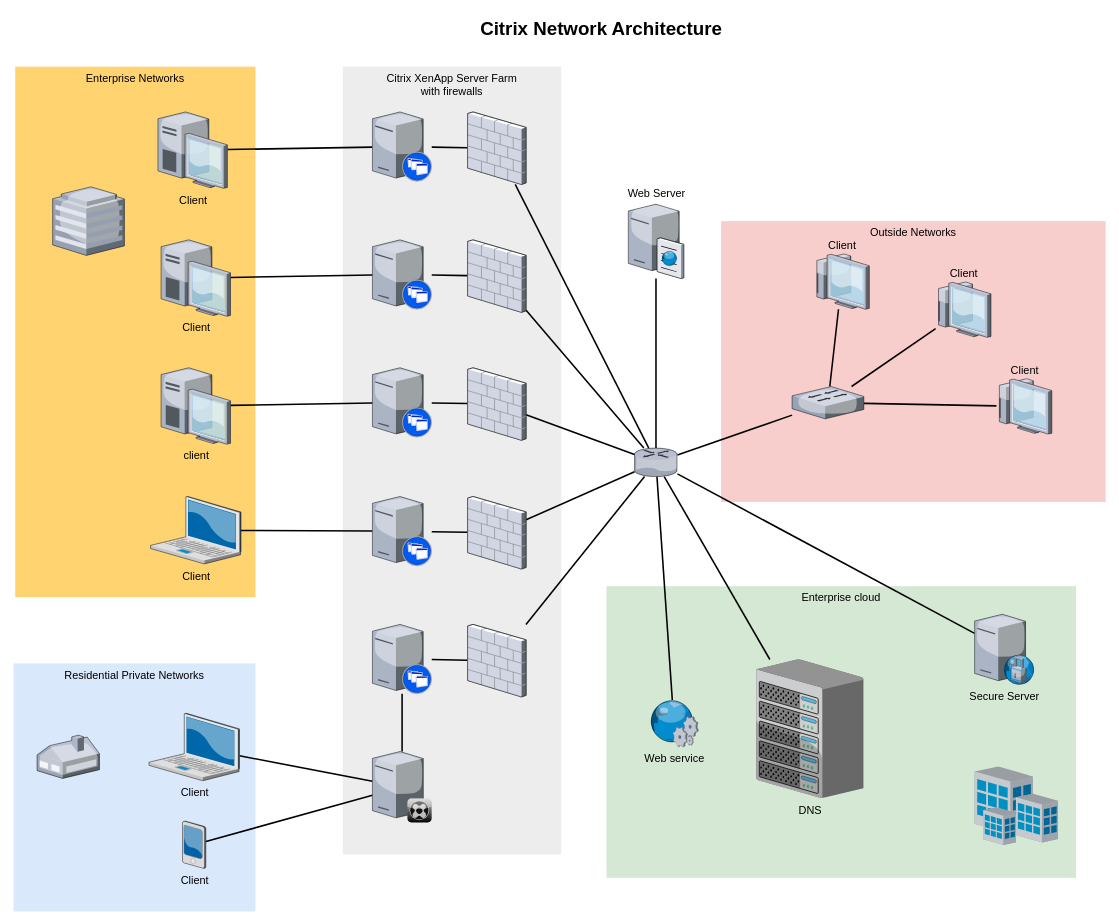
Earlier version of the draw.io diagram Untitled Diagram.drawio (valera-grom/1058065-sedona-27). Source tidied: cells renumbered, new cells numbered last; positions are measured from the earlier drawing's top-left corner, leaving out a move shared by most shapes. Both pictures are drawn from the tidied source at 78%, with x=0, y=0 at pixel (13, 13).
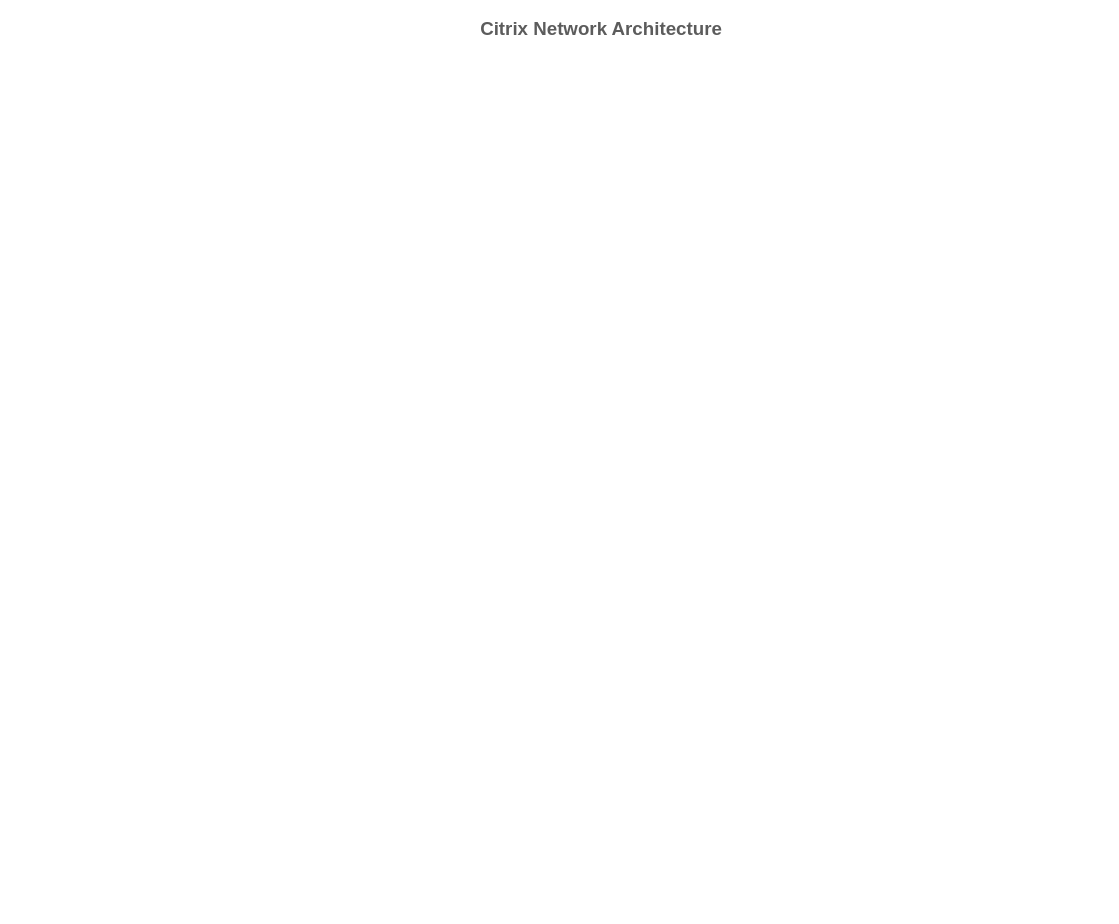
The same diagram, later.

The edit, as a diff of the source:
```diff
@@
-    <mxCell id="2" value="Outside Networks" style="whiteSpace=wrap;html=1;fillColor=#f8cecc;fontSize=14;strokeColor=none;verticalAlign=top;" parent="1" vertex="1">
-      <mxGeometry x="907" y="266" width="493" height="360" as="geometry" />
-    </mxCell>
-    <mxCell id="3" value="Enterprise cloud" style="whiteSpace=wrap;html=1;fillColor=#d5e8d4;fontSize=14;strokeColor=none;verticalAlign=top;" parent="1" vertex="1">
-      <mxGeometry x="760" y="734" width="602" height="374" as="geometry" />
-    </mxCell>
-    <mxCell id="4" value="Citrix XenApp Server Farm&lt;div&gt;with firewalls&lt;/div&gt;" style="whiteSpace=wrap;html=1;fillColor=#EDEDED;fontSize=14;strokeColor=none;verticalAlign=top;" parent="1" vertex="1">
-      <mxGeometry x="422" y="68" width="280" height="1010" as="geometry" />
-    </mxCell>
-    <mxCell id="5" value="Residential Private Networks" style="whiteSpace=wrap;html=1;fillColor=#dae8fc;fontSize=14;strokeColor=none;verticalAlign=top;" parent="1" vertex="1">
-      <mxGeometry y="833" width="310" height="318" as="geometry" />
-    </mxCell>
-    <mxCell id="6" value="Enterprise Networks" style="whiteSpace=wrap;html=1;fillColor=#FFD470;gradientColor=none;fontSize=14;strokeColor=none;verticalAlign=top;" parent="1" vertex="1">
-      <mxGeometry x="2" y="68" width="308" height="680" as="geometry" />
-    </mxCell>
-    <mxCell id="7" style="edgeStyle=none;rounded=0;html=1;startSize=10;endSize=10;jettySize=auto;fontSize=14;endArrow=none;endFill=0;strokeWidth=2;" parent="1" edge="1" source="8" target="35">
-      <mxGeometry relative="1" as="geometry" />
-    </mxCell>
-    <mxCell id="8" value="Client" style="verticalLabelPosition=bottom;html=1;verticalAlign=top;strokeColor=none;shape=mxgraph.citrix.laptop_2;fillColor=#66B2FF;gradientColor=#0066CC;fontSize=14;" parent="1" vertex="1">
-      <mxGeometry x="173.5" y="897" width="116" height="86.5" as="geometry" />
-    </mxCell>
-    <mxCell id="9" style="edgeStyle=none;rounded=0;html=1;startSize=10;endSize=10;jettySize=auto;fontSize=14;endArrow=none;endFill=0;strokeWidth=2;" parent="1" edge="1" source="10" target="22">
-      <mxGeometry relative="1" as="geometry" />
-    </mxCell>
-    <mxCell id="10" value="Client" style="verticalLabelPosition=bottom;html=1;verticalAlign=top;strokeColor=none;shape=mxgraph.citrix.laptop_2;fillColor=#66B2FF;gradientColor=#0066CC;fontSize=14;" parent="1" vertex="1">
-      <mxGeometry x="175.5" y="619" width="116" height="86.5" as="geometry" />
-    </mxCell>
-    <mxCell id="11" style="edgeStyle=none;rounded=0;html=1;startSize=10;endSize=10;jettySize=auto;fontSize=14;endArrow=none;endFill=0;strokeWidth=2;" parent="1" edge="1" source="12" target="24">
-      <mxGeometry relative="1" as="geometry" />
-    </mxCell>
-    <mxCell id="12" value="client" style="verticalLabelPosition=bottom;html=1;verticalAlign=top;strokeColor=none;shape=mxgraph.citrix.desktop;fillColor=#66B2FF;gradientColor=#0066CC;fontSize=14;" parent="1" vertex="1">
-      <mxGeometry x="189" y="454" width="89" height="98" as="geometry" />
-    </mxCell>
-    <mxCell id="13" style="edgeStyle=none;rounded=0;html=1;startSize=10;endSize=10;jettySize=auto;fontSize=14;endArrow=none;endFill=0;strokeWidth=2;" parent="1" edge="1" source="14" target="26">
-      <mxGeometry relative="1" as="geometry" />
-    </mxCell>
-    <mxCell id="14" value="Client" style="verticalLabelPosition=bottom;html=1;verticalAlign=top;strokeColor=none;shape=mxgraph.citrix.desktop;fillColor=#66B2FF;gradientColor=#0066CC;fontSize=14;" parent="1" vertex="1">
-      <mxGeometry x="189" y="290" width="89" height="98" as="geometry" />
-    </mxCell>
-    <mxCell id="15" style="edgeStyle=none;rounded=0;html=1;startSize=10;endSize=10;jettySize=auto;fontSize=14;endArrow=none;endFill=0;strokeWidth=2;" parent="1" edge="1" source="16" target="28">
-      <mxGeometry relative="1" as="geometry" />
-    </mxCell>
-    <mxCell id="16" value="Client" style="verticalLabelPosition=bottom;html=1;verticalAlign=top;strokeColor=none;shape=mxgraph.citrix.desktop;fillColor=#66B2FF;gradientColor=#0066CC;fontSize=14;" parent="1" vertex="1">
-      <mxGeometry x="185" y="126" width="89" height="98" as="geometry" />
-    </mxCell>
-    <mxCell id="17" style="edgeStyle=none;rounded=0;html=1;startSize=10;endSize=10;jettySize=auto;fontSize=14;endArrow=none;endFill=0;strokeWidth=2;" parent="1" edge="1" source="18" target="35">
-      <mxGeometry relative="1" as="geometry" />
-    </mxCell>
-    <mxCell id="18" value="Client" style="verticalLabelPosition=bottom;html=1;verticalAlign=top;strokeColor=none;shape=mxgraph.citrix.pda;fillColor=#66B2FF;gradientColor=#0066CC;fontSize=14;" parent="1" vertex="1">
-      <mxGeometry x="216.5" y="1035" width="30" height="61" as="geometry" />
-    </mxCell>
-    <mxCell id="19" style="edgeStyle=none;rounded=0;html=1;startSize=10;endSize=10;jettySize=auto;fontSize=14;endArrow=none;endFill=0;strokeWidth=2;" parent="1" edge="1" source="20" target="47">
-      <mxGeometry relative="1" as="geometry" />
-    </mxCell>
-    <mxCell id="20" style="verticalLabelPosition=bottom;html=1;verticalAlign=top;strokeColor=none;shape=mxgraph.citrix.xenapp_server;fillColor=#66B2FF;gradientColor=#0066CC;fontSize=14;" parent="1" vertex="1">
-      <mxGeometry x="460" y="783" width="76" height="89" as="geometry" />
-    </mxCell>
-    <mxCell id="21" style="edgeStyle=none;rounded=0;html=1;startSize=10;endSize=10;jettySize=auto;fontSize=14;endArrow=none;endFill=0;strokeWidth=2;" parent="1" edge="1" source="22" target="45">
-      <mxGeometry relative="1" as="geometry" />
-    </mxCell>
-    <mxCell id="22" style="verticalLabelPosition=bottom;html=1;verticalAlign=top;strokeColor=none;shape=mxgraph.citrix.xenapp_server;fillColor=#66B2FF;gradientColor=#0066CC;fontSize=14;" parent="1" vertex="1">
-      <mxGeometry x="460" y="619" width="76" height="89" as="geometry" />
-    </mxCell>
-    <mxCell id="23" style="edgeStyle=none;rounded=0;html=1;startSize=10;endSize=10;jettySize=auto;fontSize=14;endArrow=none;endFill=0;strokeWidth=2;" parent="1" edge="1" source="24" target="43">
-      <mxGeometry relative="1" as="geometry" />
-    </mxCell>
-    <mxCell id="24" style="verticalLabelPosition=bottom;html=1;verticalAlign=top;strokeColor=none;shape=mxgraph.citrix.xenapp_server;fillColor=#66B2FF;gradientColor=#0066CC;fontSize=14;" parent="1" vertex="1">
-      <mxGeometry x="460" y="454" width="76" height="89" as="geometry" />
-    </mxCell>
-    <mxCell id="25" style="edgeStyle=none;rounded=0;html=1;startSize=10;endSize=10;jettySize=auto;fontSize=14;endArrow=none;endFill=0;strokeWidth=2;" parent="1" edge="1" source="26" target="41">
-      <mxGeometry relative="1" as="geometry" />
-    </mxCell>
-    <mxCell id="26" style="verticalLabelPosition=bottom;html=1;verticalAlign=top;strokeColor=none;shape=mxgraph.citrix.xenapp_server;fillColor=#66B2FF;gradientColor=#0066CC;fontSize=14;" parent="1" vertex="1">
-      <mxGeometry x="460" y="290" width="76" height="89" as="geometry" />
-    </mxCell>
-    <mxCell id="27" style="edgeStyle=none;rounded=0;html=1;startSize=10;endSize=10;jettySize=auto;fontSize=14;endArrow=none;endFill=0;strokeWidth=2;" parent="1" edge="1" source="28" target="39">
-      <mxGeometry relative="1" as="geometry" />
-    </mxCell>
-    <mxCell id="28" style="verticalLabelPosition=bottom;html=1;verticalAlign=top;strokeColor=none;shape=mxgraph.citrix.xenapp_server;fillColor=#66B2FF;gradientColor=#0066CC;fontSize=14;" parent="1" vertex="1">
-      <mxGeometry x="460" y="126" width="76" height="89" as="geometry" />
-    </mxCell>
-    <mxCell id="29" style="edgeStyle=none;rounded=0;html=1;startSize=10;endSize=10;jettySize=auto;fontSize=14;endArrow=none;endFill=0;strokeWidth=2;" parent="1" edge="1" source="33" target="37">
-      <mxGeometry relative="1" as="geometry" />
-    </mxCell>
-    <mxCell id="30" style="edgeStyle=none;rounded=0;html=1;startSize=10;endSize=10;jettySize=auto;fontSize=14;endArrow=none;endFill=0;strokeWidth=2;" parent="1" edge="1" source="33" target="36">
-      <mxGeometry relative="1" as="geometry" />
-    </mxCell>
-    <mxCell id="31" style="edgeStyle=none;rounded=0;html=1;startSize=10;endSize=10;jettySize=auto;fontSize=14;endArrow=none;endFill=0;strokeWidth=2;" parent="1" edge="1" source="33" target="54">
-      <mxGeometry relative="1" as="geometry" />
-    </mxCell>
-    <mxCell id="32" style="edgeStyle=none;rounded=0;html=1;startSize=10;endSize=10;jettySize=auto;fontSize=14;endArrow=none;endFill=0;strokeWidth=2;" parent="1" edge="1" source="33" target="50">
-      <mxGeometry relative="1" as="geometry" />
-    </mxCell>
-    <mxCell id="33" style="verticalLabelPosition=bottom;html=1;verticalAlign=top;strokeColor=none;shape=mxgraph.citrix.router;fillColor=#66B2FF;gradientColor=#0066CC;fontSize=14;" parent="1" vertex="1">
-      <mxGeometry x="796" y="557" width="55" height="36.5" as="geometry" />
-    </mxCell>
-    <mxCell id="34" style="edgeStyle=none;rounded=0;html=1;startSize=10;endSize=10;jettySize=auto;fontSize=14;endArrow=none;endFill=0;strokeWidth=2;" parent="1" edge="1" source="35" target="20">
-      <mxGeometry relative="1" as="geometry" />
-    </mxCell>
-    <mxCell id="35" style="verticalLabelPosition=bottom;html=1;verticalAlign=top;strokeColor=none;shape=mxgraph.citrix.xenclient_synchronizer;fillColor=#CCCCCC;gradientColor=#000000;gradientDirection=south;fontSize=14;" parent="1" vertex="1">
-      <mxGeometry x="460" y="946" width="76" height="91" as="geometry" />
-    </mxCell>
-    <mxCell id="36" value="Web Server" style="verticalLabelPosition=top;html=1;verticalAlign=bottom;strokeColor=none;shape=mxgraph.citrix.cache_server;fillColor=#66B2FF;gradientColor=#0066CC;fontSize=14;labelPosition=center;align=center;" parent="1" vertex="1">
-      <mxGeometry x="788" y="242" width="71" height="97.5" as="geometry" />
-    </mxCell>
-    <mxCell id="37" value="DNS" style="verticalLabelPosition=bottom;html=1;verticalAlign=top;strokeColor=none;shape=mxgraph.citrix.chassis;fillColor=#66B2FF;gradientColor=#0066CC;fontSize=14;" parent="1" vertex="1">
-      <mxGeometry x="952" y="828" width="137.5" height="177.5" as="geometry" />
-    </mxCell>
-    <mxCell id="38" style="edgeStyle=none;rounded=0;html=1;startSize=10;endSize=10;jettySize=auto;fontSize=14;endArrow=none;endFill=0;strokeWidth=2;" parent="1" edge="1" source="39" target="33">
-      <mxGeometry relative="1" as="geometry" />
-    </mxCell>
-    <mxCell id="39" style="verticalLabelPosition=bottom;html=1;verticalAlign=top;strokeColor=none;shape=mxgraph.citrix.firewall;fillColor=#66B2FF;gradientColor=#0066CC;fontSize=14;" parent="1" vertex="1">
-      <mxGeometry x="582" y="126" width="75" height="93" as="geometry" />
-    </mxCell>
-    <mxCell id="40" style="edgeStyle=none;rounded=0;html=1;startSize=10;endSize=10;jettySize=auto;fontSize=14;endArrow=none;endFill=0;strokeWidth=2;" parent="1" edge="1" source="41" target="33">
-      <mxGeometry relative="1" as="geometry" />
-    </mxCell>
-    <mxCell id="41" style="verticalLabelPosition=bottom;html=1;verticalAlign=top;strokeColor=none;shape=mxgraph.citrix.firewall;fillColor=#66B2FF;gradientColor=#0066CC;fontSize=14;" parent="1" vertex="1">
-      <mxGeometry x="582" y="290" width="75" height="93" as="geometry" />
-    </mxCell>
-    <mxCell id="42" style="edgeStyle=none;rounded=0;html=1;startSize=10;endSize=10;jettySize=auto;fontSize=14;endArrow=none;endFill=0;strokeWidth=2;" parent="1" edge="1" source="43" target="33">
-      <mxGeometry relative="1" as="geometry" />
-    </mxCell>
-    <mxCell id="43" style="verticalLabelPosition=bottom;html=1;verticalAlign=top;strokeColor=none;shape=mxgraph.citrix.firewall;fillColor=#66B2FF;gradientColor=#0066CC;fontSize=14;" parent="1" vertex="1">
-      <mxGeometry x="582" y="454" width="75" height="93" as="geometry" />
-    </mxCell>
-    <mxCell id="44" style="edgeStyle=none;rounded=0;html=1;startSize=10;endSize=10;jettySize=auto;fontSize=14;endArrow=none;endFill=0;strokeWidth=2;" parent="1" edge="1" source="45" target="33">
-      <mxGeometry relative="1" as="geometry" />
-    </mxCell>
-    <mxCell id="45" style="verticalLabelPosition=bottom;html=1;verticalAlign=top;strokeColor=none;shape=mxgraph.citrix.firewall;fillColor=#66B2FF;gradientColor=#0066CC;fontSize=14;" parent="1" vertex="1">
-      <mxGeometry x="582" y="619" width="75" height="93" as="geometry" />
-    </mxCell>
-    <mxCell id="46" style="edgeStyle=none;rounded=0;html=1;startSize=10;endSize=10;jettySize=auto;fontSize=14;endArrow=none;endFill=0;strokeWidth=2;" parent="1" edge="1" source="47" target="33">
-      <mxGeometry relative="1" as="geometry" />
-    </mxCell>
-    <mxCell id="47" style="verticalLabelPosition=bottom;html=1;verticalAlign=top;strokeColor=none;shape=mxgraph.citrix.firewall;fillColor=#66B2FF;gradientColor=#0066CC;fontSize=14;" parent="1" vertex="1">
-      <mxGeometry x="582" y="783" width="75" height="93" as="geometry" />
-    </mxCell>
-    <mxCell id="48" style="verticalLabelPosition=bottom;html=1;verticalAlign=top;strokeColor=none;shape=mxgraph.citrix.home_office;fillColor=#66B2FF;gradientColor=#0066CC;fontSize=14;" parent="1" vertex="1">
-      <mxGeometry x="30" y="925" width="80" height="55.5" as="geometry" />
-    </mxCell>
-    <mxCell id="49" style="verticalLabelPosition=bottom;html=1;verticalAlign=top;strokeColor=none;shape=mxgraph.citrix.hq_enterprise;fillColor=#66B2FF;gradientColor=#0066CC;fontSize=14;" parent="1" vertex="1">
-      <mxGeometry x="50" y="222" width="92" height="88" as="geometry" />
-    </mxCell>
-    <mxCell id="50" value="Secure Server" style="verticalLabelPosition=bottom;html=1;verticalAlign=top;strokeColor=none;shape=mxgraph.citrix.proxy_server;fillColor=#66B2FF;gradientColor=#0066CC;fontSize=14;" parent="1" vertex="1">
-      <mxGeometry x="1232" y="770" width="76.5" height="90" as="geometry" />
-    </mxCell>
-    <mxCell id="51" style="edgeStyle=none;rounded=0;html=1;startSize=10;endSize=10;jettySize=auto;fontSize=14;endArrow=none;endFill=0;strokeWidth=2;" parent="1" edge="1" source="54" target="57">
-      <mxGeometry relative="1" as="geometry" />
-    </mxCell>
-    <mxCell id="52" style="edgeStyle=none;rounded=0;html=1;startSize=10;endSize=10;jettySize=auto;fontSize=14;endArrow=none;endFill=0;strokeWidth=2;" parent="1" edge="1" source="54" target="56">
-      <mxGeometry relative="1" as="geometry" />
-    </mxCell>
-    <mxCell id="53" style="edgeStyle=none;rounded=0;html=1;startSize=10;endSize=10;jettySize=auto;fontSize=14;endArrow=none;endFill=0;strokeWidth=2;" parent="1" edge="1" source="54" target="55">
-      <mxGeometry relative="1" as="geometry" />
-    </mxCell>
-    <mxCell id="54" style="verticalLabelPosition=bottom;html=1;verticalAlign=top;strokeColor=none;shape=mxgraph.citrix.switch;fillColor=#66B2FF;gradientColor=#0066CC;fontSize=14;" parent="1" vertex="1">
-      <mxGeometry x="998" y="478" width="92" height="41.5" as="geometry" />
-    </mxCell>
-    <mxCell id="55" value="Client" style="verticalLabelPosition=top;html=1;verticalAlign=bottom;strokeColor=none;shape=mxgraph.citrix.thin_client;fillColor=#66B2FF;gradientColor=#0066CC;fontSize=14;labelPosition=center;align=center;" parent="1" vertex="1">
-      <mxGeometry x="1260" y="468" width="71" height="71" as="geometry" />
-    </mxCell>
-    <mxCell id="56" value="Client" style="verticalLabelPosition=top;html=1;verticalAlign=bottom;strokeColor=none;shape=mxgraph.citrix.thin_client;fillColor=#66B2FF;gradientColor=#0066CC;fontSize=14;labelPosition=center;align=center;" parent="1" vertex="1">
-      <mxGeometry x="1182" y="344" width="71" height="71" as="geometry" />
-    </mxCell>
-    <mxCell id="57" value="Client" style="verticalLabelPosition=top;html=1;verticalAlign=bottom;strokeColor=none;shape=mxgraph.citrix.thin_client;fillColor=#66B2FF;gradientColor=#0066CC;fontSize=14;labelPosition=center;align=center;" parent="1" vertex="1">
-      <mxGeometry x="1026" y="308" width="71" height="71" as="geometry" />
-    </mxCell>
-    <mxCell id="58" style="edgeStyle=none;rounded=0;html=1;startSize=10;endSize=10;jettySize=auto;fontSize=14;endArrow=none;endFill=0;strokeWidth=2;" parent="1" edge="1" source="59" target="33">
-      <mxGeometry relative="1" as="geometry" />
-    </mxCell>
-    <mxCell id="59" value="Web service" style="verticalLabelPosition=bottom;html=1;verticalAlign=top;strokeColor=none;shape=mxgraph.citrix.web_service;fillColor=#66B2FF;gradientColor=#0066CC;fontSize=14;" parent="1" vertex="1">
-      <mxGeometry x="815" y="880" width="63" height="60" as="geometry" />
-    </mxCell>
-    <mxCell id="60" style="verticalLabelPosition=bottom;html=1;verticalAlign=top;strokeColor=none;shape=mxgraph.citrix.site;fillColor=#66B2FF;gradientColor=#0066CC;fontSize=14;" parent="1" vertex="1">
-      <mxGeometry x="1232" y="965" width="107" height="101" as="geometry" />
-    </mxCell>
-    <mxCell id="61" value="Citrix Network Architecture" style="text;strokeColor=none;fillColor=none;html=1;fontSize=24;fontStyle=1;verticalAlign=middle;align=center;" parent="1" vertex="1">
+    <mxCell id="61" value="Citrix Network Architecture" style="text;strokeColor=none;fillColor=none;html=1;fontSize=24;fontStyle=1;verticalAlign=middle;align=center;fontColor=#5C5C5C;" parent="1" vertex="1">
       <mxGeometry x="322" width="861" height="40" as="geometry" />
     </mxCell>
```
